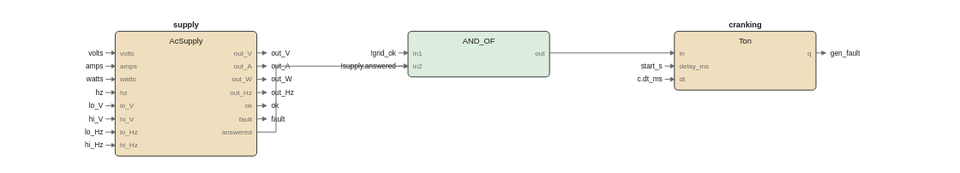
Before: images/logic/ac_local_watch_fbd.drawio.svg, a diagram exported from draw.io (pstch/botanik2). Source tidied: cells renumbered, new cells last; positions are measured from the earlier drawing's top-left corner, leaving out a move shared by most shapes.
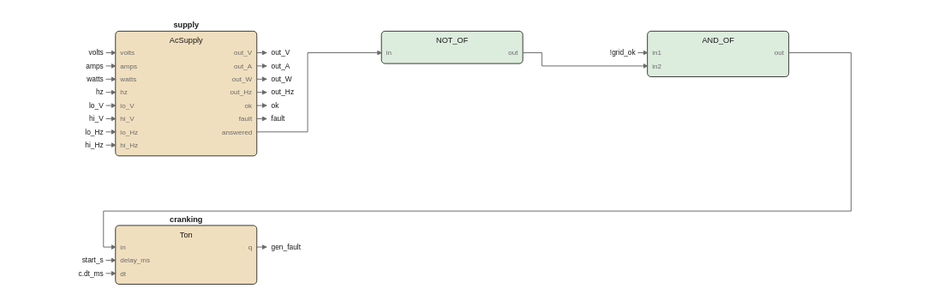
After the change.

Commit message:
ac_local_watch: the negation is a node, and wires stop cutting through labels

Change to the diagram source:
```diff
@@ -57,227 +57,246 @@
       <mxGeometry x="124" y="90.2" width="40" height="9.8" as="geometry" />
     </mxCell>
     <mxCell id="20" style="rounded=1;fillColor=#dcecdd;strokeColor=#1a1a1a;whiteSpace=wrap;html=1;fontSize=8;" parent="1" vertex="1">
-      <mxGeometry x="254" y="10" width="118" height="38" as="geometry" />
+      <mxGeometry x="232" y="10" width="118" height="27" as="geometry" />
     </mxCell>
-    <mxCell id="21" value="AND_OF" style="text;html=1;fontSize=6;fontColor=#1a1a1a;align=center;" parent="1" vertex="1">
-      <mxGeometry x="313" y="13.4" width="40" height="10.6" as="geometry" />
+    <mxCell id="21" value="NOT_OF" style="text;html=1;fontSize=6;fontColor=#1a1a1a;align=center;" parent="1" vertex="1">
+      <mxGeometry x="291" y="13.4" width="40" height="10.6" as="geometry" />
     </mxCell>
-    <mxCell id="22" value="in1" style="text;html=1;fontSize=5;fontColor=#6b6b6b;align=left;" parent="1" vertex="1">
-      <mxGeometry x="258" y="24.2" width="40" height="9.8" as="geometry" />
+    <mxCell id="22" value="in" style="text;html=1;fontSize=5;fontColor=#6b6b6b;align=left;" parent="1" vertex="1">
+      <mxGeometry x="236" y="24.2" width="40" height="9.8" as="geometry" />
     </mxCell>
-    <mxCell id="23" value="in2" style="text;html=1;fontSize=5;fontColor=#6b6b6b;align=left;" parent="1" vertex="1">
-      <mxGeometry x="258" y="35.2" width="40" height="9.8" as="geometry" />
+    <mxCell id="23" value="out" style="text;html=1;fontSize=5;fontColor=#6b6b6b;align=left;" parent="1" vertex="1">
+      <mxGeometry x="346" y="24.2" width="40" height="9.8" as="geometry" />
     </mxCell>
-    <mxCell id="24" value="out" style="text;html=1;fontSize=5;fontColor=#6b6b6b;align=left;" parent="1" vertex="1">
-      <mxGeometry x="368" y="24.2" width="40" height="9.8" as="geometry" />
+    <mxCell id="24" style="rounded=1;fillColor=#dcecdd;strokeColor=#1a1a1a;whiteSpace=wrap;html=1;fontSize=8;" parent="1" vertex="1">
+      <mxGeometry x="454" y="10" width="118" height="38" as="geometry" />
     </mxCell>
-    <mxCell id="25" style="rounded=1;fillColor=#f0dfbe;strokeColor=#1a1a1a;whiteSpace=wrap;html=1;fontSize=8;" parent="1" vertex="1">
-      <mxGeometry x="476" y="10" width="118" height="49" as="geometry" />
+    <mxCell id="25" value="AND_OF" style="text;html=1;fontSize=6;fontColor=#1a1a1a;align=center;" parent="1" vertex="1">
+      <mxGeometry x="513" y="13.4" width="40" height="10.6" as="geometry" />
     </mxCell>
-    <mxCell id="26" value="cranking" style="text;html=1;fontSize=6;fontColor=#1a1a1a;align=center;fontStyle=1;" parent="1" vertex="1">
-      <mxGeometry x="535" y="0.4" width="40" height="10.6" as="geometry" />
+    <mxCell id="26" value="in1" style="text;html=1;fontSize=5;fontColor=#6b6b6b;align=left;" parent="1" vertex="1">
+      <mxGeometry x="458" y="24.2" width="40" height="9.8" as="geometry" />
     </mxCell>
-    <mxCell id="27" value="Ton" style="text;html=1;fontSize=6;fontColor=#1a1a1a;align=center;" parent="1" vertex="1">
-      <mxGeometry x="535" y="13.4" width="40" height="10.6" as="geometry" />
+    <mxCell id="27" value="in2" style="text;html=1;fontSize=5;fontColor=#6b6b6b;align=left;" parent="1" vertex="1">
+      <mxGeometry x="458" y="35.2" width="40" height="9.8" as="geometry" />
     </mxCell>
-    <mxCell id="28" value="in" style="text;html=1;fontSize=5;fontColor=#6b6b6b;align=left;" parent="1" vertex="1">
-      <mxGeometry x="480" y="24.2" width="40" height="9.8" as="geometry" />
+    <mxCell id="28" value="out" style="text;html=1;fontSize=5;fontColor=#6b6b6b;align=left;" parent="1" vertex="1">
+      <mxGeometry x="568" y="24.2" width="40" height="9.8" as="geometry" />
     </mxCell>
-    <mxCell id="29" value="delay_ms" style="text;html=1;fontSize=5;fontColor=#6b6b6b;align=left;" parent="1" vertex="1">
-      <mxGeometry x="480" y="35.2" width="40" height="9.8" as="geometry" />
+    <mxCell id="29" style="rounded=1;fillColor=#f0dfbe;strokeColor=#1a1a1a;whiteSpace=wrap;html=1;fontSize=8;" parent="1" vertex="1">
+      <mxGeometry x="10" y="172" width="118" height="49" as="geometry" />
     </mxCell>
-    <mxCell id="30" value="dt" style="text;html=1;fontSize=5;fontColor=#6b6b6b;align=left;" parent="1" vertex="1">
-      <mxGeometry x="480" y="46.2" width="40" height="9.8" as="geometry" />
+    <mxCell id="30" value="cranking" style="text;html=1;fontSize=6;fontColor=#1a1a1a;align=center;fontStyle=1;" parent="1" vertex="1">
+      <mxGeometry x="69" y="162.4" width="40" height="10.6" as="geometry" />
     </mxCell>
-    <mxCell id="31" value="q" style="text;html=1;fontSize=5;fontColor=#6b6b6b;align=left;" parent="1" vertex="1">
-      <mxGeometry x="590" y="24.2" width="40" height="9.8" as="geometry" />
+    <mxCell id="31" value="Ton" style="text;html=1;fontSize=6;fontColor=#1a1a1a;align=center;" parent="1" vertex="1">
+      <mxGeometry x="69" y="175.4" width="40" height="10.6" as="geometry" />
     </mxCell>
-    <mxCell id="32" style="edgeStyle=none;html=1;strokeColor=#6b6b6b;endArrow=block;" parent="1" edge="1">
-      <mxGeometry relative="1" as="geometry">
-        <mxPoint x="128" y="28" as="sourcePoint" />
-        <mxPoint x="136" y="28" as="targetPoint" />
-      </mxGeometry>
-    </mxCell>
+    <mxCell id="72" value="in" style="text;html=1;fontSize=5;fontColor=#6b6b6b;align=left;" parent="1" vertex="1">
+      <mxGeometry x="14" y="186.2" width="40" height="9.8" as="geometry" />
+    </mxCell>
-    <mxCell id="33" value="out_V" style="text;html=1;fontSize=6;fontColor=#1a1a1a;align=left;" parent="1" vertex="1">
-      <mxGeometry x="140" y="24" width="40" height="10" as="geometry" />
+    <mxCell id="33" value="delay_ms" style="text;html=1;fontSize=5;fontColor=#6b6b6b;align=left;" parent="1" vertex="1">
+      <mxGeometry x="14" y="197.2" width="40" height="9.8" as="geometry" />
     </mxCell>
-    <mxCell id="34" style="edgeStyle=none;html=1;strokeColor=#6b6b6b;endArrow=block;" parent="1" edge="1">
-      <mxGeometry relative="1" as="geometry">
-        <mxPoint x="128" y="39" as="sourcePoint" />
-        <mxPoint x="136" y="39" as="targetPoint" />
-      </mxGeometry>
-    </mxCell>
+    <mxCell id="73" value="dt" style="text;html=1;fontSize=5;fontColor=#6b6b6b;align=left;" parent="1" vertex="1">
+      <mxGeometry x="14" y="208.2" width="40" height="9.8" as="geometry" />
+    </mxCell>
-    <mxCell id="35" value="out_A" style="text;html=1;fontSize=6;fontColor=#1a1a1a;align=left;" parent="1" vertex="1">
-      <mxGeometry x="140" y="35" width="40" height="10" as="geometry" />
+    <mxCell id="35" value="q" style="text;html=1;fontSize=5;fontColor=#6b6b6b;align=left;" parent="1" vertex="1">
+      <mxGeometry x="124" y="186.2" width="40" height="9.8" as="geometry" />
     </mxCell>
     <mxCell id="36" style="edgeStyle=none;html=1;strokeColor=#6b6b6b;endArrow=block;" parent="1" edge="1">
       <mxGeometry relative="1" as="geometry">
-        <mxPoint x="128" y="50" as="sourcePoint" />
-        <mxPoint x="136" y="50" as="targetPoint" />
+        <mxPoint x="128" y="28" as="sourcePoint" />
+        <mxPoint x="136" y="28" as="targetPoint" />
       </mxGeometry>
     </mxCell>
-    <mxCell id="37" value="out_W" style="text;html=1;fontSize=6;fontColor=#1a1a1a;align=left;" parent="1" vertex="1">
-      <mxGeometry x="140" y="46" width="40" height="10" as="geometry" />
+    <mxCell id="37" value="out_V" style="text;html=1;fontSize=6;fontColor=#1a1a1a;align=left;" parent="1" vertex="1">
+      <mxGeometry x="140" y="24" width="40" height="10" as="geometry" />
     </mxCell>
     <mxCell id="38" style="edgeStyle=none;html=1;strokeColor=#6b6b6b;endArrow=block;" parent="1" edge="1">
       <mxGeometry relative="1" as="geometry">
-        <mxPoint x="128" y="61" as="sourcePoint" />
-        <mxPoint x="136" y="61" as="targetPoint" />
+        <mxPoint x="128" y="39" as="sourcePoint" />
+        <mxPoint x="136" y="39" as="targetPoint" />
       </mxGeometry>
     </mxCell>
-    <mxCell id="39" value="out_Hz" style="text;html=1;fontSize=6;fontColor=#1a1a1a;align=left;" parent="1" vertex="1">
-      <mxGeometry x="140" y="57" width="40" height="10" as="geometry" />
+    <mxCell id="39" value="out_A" style="text;html=1;fontSize=6;fontColor=#1a1a1a;align=left;" parent="1" vertex="1">
+      <mxGeometry x="140" y="35" width="40" height="10" as="geometry" />
     </mxCell>
     <mxCell id="40" style="edgeStyle=none;html=1;strokeColor=#6b6b6b;endArrow=block;" parent="1" edge="1">
       <mxGeometry relative="1" as="geometry">
-        <mxPoint x="128" y="72" as="sourcePoint" />
-        <mxPoint x="136" y="72" as="targetPoint" />
+        <mxPoint x="128" y="50" as="sourcePoint" />
+        <mxPoint x="136" y="50" as="targetPoint" />
       </mxGeometry>
     </mxCell>
-    <mxCell id="41" value="ok" style="text;html=1;fontSize=6;fontColor=#1a1a1a;align=left;" parent="1" vertex="1">
-      <mxGeometry x="140" y="68" width="40" height="10" as="geometry" />
+    <mxCell id="41" value="out_W" style="text;html=1;fontSize=6;fontColor=#1a1a1a;align=left;" parent="1" vertex="1">
+      <mxGeometry x="140" y="46" width="40" height="10" as="geometry" />
     </mxCell>
     <mxCell id="42" style="edgeStyle=none;html=1;strokeColor=#6b6b6b;endArrow=block;" parent="1" edge="1">
       <mxGeometry relative="1" as="geometry">
-        <mxPoint x="128" y="83" as="sourcePoint" />
-        <mxPoint x="136" y="83" as="targetPoint" />
+        <mxPoint x="128" y="61" as="sourcePoint" />
+        <mxPoint x="136" y="61" as="targetPoint" />
       </mxGeometry>
     </mxCell>
-    <mxCell id="43" value="fault" style="text;html=1;fontSize=6;fontColor=#1a1a1a;align=left;" parent="1" vertex="1">
-      <mxGeometry x="140" y="79" width="40" height="10" as="geometry" />
+    <mxCell id="43" value="out_Hz" style="text;html=1;fontSize=6;fontColor=#1a1a1a;align=left;" parent="1" vertex="1">
+      <mxGeometry x="140" y="57" width="40" height="10" as="geometry" />
     </mxCell>
     <mxCell id="44" style="edgeStyle=none;html=1;strokeColor=#6b6b6b;endArrow=block;" parent="1" edge="1">
       <mxGeometry relative="1" as="geometry">
-        <mxPoint x="594" y="28" as="sourcePoint" />
-        <mxPoint x="602" y="28" as="targetPoint" />
+        <mxPoint x="128" y="72" as="sourcePoint" />
+        <mxPoint x="136" y="72" as="targetPoint" />
       </mxGeometry>
     </mxCell>
-    <mxCell id="45" value="gen_fault" style="text;html=1;fontSize=6;fontColor=#1a1a1a;align=left;" parent="1" vertex="1">
-      <mxGeometry x="606" y="24" width="45" height="10" as="geometry" />
+    <mxCell id="45" value="ok" style="text;html=1;fontSize=6;fontColor=#1a1a1a;align=left;" parent="1" vertex="1">
+      <mxGeometry x="140" y="68" width="40" height="10" as="geometry" />
     </mxCell>
     <mxCell id="46" style="edgeStyle=none;html=1;strokeColor=#6b6b6b;endArrow=block;" parent="1" edge="1">
       <mxGeometry relative="1" as="geometry">
-        <mxPoint x="128" y="94" as="sourcePoint" />
-        <mxPoint x="254" y="39" as="targetPoint" />
-        <Array as="points">
-          <mxPoint x="144" y="94" />
-          <mxPoint x="144" y="39" />
-        </Array>
+        <mxPoint x="128" y="83" as="sourcePoint" />
+        <mxPoint x="136" y="83" as="targetPoint" />
       </mxGeometry>
     </mxCell>
-    <mxCell id="47" style="edgeStyle=none;html=1;strokeColor=#6b6b6b;endArrow=block;" parent="1" edge="1">
-      <mxGeometry relative="1" as="geometry">
-        <mxPoint x="372" y="28" as="sourcePoint" />
-        <mxPoint x="476" y="28" as="targetPoint" />
-      </mxGeometry>
-    </mxCell>
+    <mxCell id="74" value="fault" style="text;html=1;fontSize=6;fontColor=#1a1a1a;align=left;" parent="1" vertex="1">
+      <mxGeometry x="140" y="79" width="40" height="10" as="geometry" />
+    </mxCell>
+    <mxCell id="75" style="edgeStyle=none;html=1;strokeColor=#6b6b6b;endArrow=block;" parent="1" edge="1">
+      <mxGeometry relative="1" as="geometry">
+        <mxPoint x="128" y="190" as="sourcePoint" />
+        <mxPoint x="136" y="190" as="targetPoint" />
+      </mxGeometry>
+    </mxCell>
+    <mxCell id="76" value="gen_fault" style="text;html=1;fontSize=6;fontColor=#1a1a1a;align=left;" parent="1" vertex="1">
+      <mxGeometry x="140" y="186" width="45" height="10" as="geometry" />
+    </mxCell>
+    <mxCell id="77" style="edgeStyle=none;html=1;strokeColor=#6b6b6b;endArrow=block;" parent="1" edge="1">
+      <mxGeometry relative="1" as="geometry">
+        <mxPoint x="128" y="94" as="sourcePoint" />
+        <mxPoint x="232" y="28" as="targetPoint" />
+        <Array as="points">
+          <mxPoint x="170.4" y="94" />
+          <mxPoint x="170.4" y="28" />
+        </Array>
+      </mxGeometry>
+    </mxCell>
+    <mxCell id="51" style="edgeStyle=none;html=1;strokeColor=#6b6b6b;endArrow=block;" parent="1" edge="1">
+      <mxGeometry relative="1" as="geometry">
+        <mxPoint x="350" y="28" as="sourcePoint" />
+        <mxPoint x="454" y="39" as="targetPoint" />
+        <Array as="points">
+          <mxPoint x="366" y="28" />
+          <mxPoint x="366" y="39" />
+        </Array>
+      </mxGeometry>
+    </mxCell>
+    <mxCell id="78" style="edgeStyle=none;html=1;strokeColor=#6b6b6b;endArrow=block;" parent="1" edge="1">
+      <mxGeometry relative="1" as="geometry">
+        <mxPoint x="572" y="28" as="sourcePoint" />
+        <mxPoint x="10" y="190" as="targetPoint" />
+        <Array as="points">
+          <mxPoint x="624" y="28" />
+          <mxPoint x="624" y="160" />
+          <mxPoint y="160" />
+          <mxPoint y="190" />
+        </Array>
+      </mxGeometry>
+    </mxCell>
     <mxCell id="48" value="volts" style="text;html=1;fontSize=6;fontColor=#1a1a1a;align=left;" parent="1" vertex="1">
       <mxGeometry y="24" width="40" height="10" as="geometry" />
     </mxCell>
-    <mxCell id="49" style="edgeStyle=none;html=1;strokeColor=#6b6b6b;endArrow=block;" parent="1" edge="1">
-      <mxGeometry relative="1" as="geometry">
-        <mxPoint x="2" y="28" as="sourcePoint" />
-        <mxPoint x="10" y="28" as="targetPoint" />
-      </mxGeometry>
-    </mxCell>
+    <mxCell id="79" style="edgeStyle=none;html=1;strokeColor=#6b6b6b;endArrow=block;" parent="1" edge="1">
+      <mxGeometry relative="1" as="geometry">
+        <mxPoint x="2" y="28" as="sourcePoint" />
+        <mxPoint x="10" y="28" as="targetPoint" />
+      </mxGeometry>
+    </mxCell>
     <mxCell id="50" value="amps" style="text;html=1;fontSize=6;fontColor=#1a1a1a;align=left;" parent="1" vertex="1">
       <mxGeometry y="35" width="40" height="10" as="geometry" />
     </mxCell>
-    <mxCell id="51" style="edgeStyle=none;html=1;strokeColor=#6b6b6b;endArrow=block;" parent="1" edge="1">
-      <mxGeometry relative="1" as="geometry">
-        <mxPoint x="2" y="39" as="sourcePoint" />
-        <mxPoint x="10" y="39" as="targetPoint" />
-      </mxGeometry>
-    </mxCell>
+    <mxCell id="80" style="edgeStyle=none;html=1;strokeColor=#6b6b6b;endArrow=block;" parent="1" edge="1">
+      <mxGeometry relative="1" as="geometry">
+        <mxPoint x="2" y="39" as="sourcePoint" />
+        <mxPoint x="10" y="39" as="targetPoint" />
+      </mxGeometry>
+    </mxCell>
     <mxCell id="52" value="watts" style="text;html=1;fontSize=6;fontColor=#1a1a1a;align=left;" parent="1" vertex="1">
       <mxGeometry y="46" width="40" height="10" as="geometry" />
     </mxCell>
-    <mxCell id="53" style="edgeStyle=none;html=1;strokeColor=#6b6b6b;endArrow=block;" parent="1" edge="1">
-      <mxGeometry relative="1" as="geometry">
-        <mxPoint x="2" y="50" as="sourcePoint" />
-        <mxPoint x="10" y="50" as="targetPoint" />
-      </mxGeometry>
-    </mxCell>
+    <mxCell id="81" style="edgeStyle=none;html=1;strokeColor=#6b6b6b;endArrow=block;" parent="1" edge="1">
+      <mxGeometry relative="1" as="geometry">
+        <mxPoint x="2" y="50" as="sourcePoint" />
+        <mxPoint x="10" y="50" as="targetPoint" />
+      </mxGeometry>
+    </mxCell>
     <mxCell id="54" value="hz" style="text;html=1;fontSize=6;fontColor=#1a1a1a;align=left;" parent="1" vertex="1">
       <mxGeometry y="57" width="40" height="10" as="geometry" />
     </mxCell>
-    <mxCell id="55" style="edgeStyle=none;html=1;strokeColor=#6b6b6b;endArrow=block;" parent="1" edge="1">
-      <mxGeometry relative="1" as="geometry">
-        <mxPoint x="2" y="61" as="sourcePoint" />
-        <mxPoint x="10" y="61" as="targetPoint" />
-      </mxGeometry>
-    </mxCell>
+    <mxCell id="82" style="edgeStyle=none;html=1;strokeColor=#6b6b6b;endArrow=block;" parent="1" edge="1">
+      <mxGeometry relative="1" as="geometry">
+        <mxPoint x="2" y="61" as="sourcePoint" />
+        <mxPoint x="10" y="61" as="targetPoint" />
+      </mxGeometry>
+    </mxCell>
     <mxCell id="56" value="lo_V" style="text;html=1;fontSize=6;fontColor=#1a1a1a;align=left;" parent="1" vertex="1">
       <mxGeometry y="68" width="40" height="10" as="geometry" />
     </mxCell>
-    <mxCell id="57" style="edgeStyle=none;html=1;strokeColor=#6b6b6b;endArrow=block;" parent="1" edge="1">
-      <mxGeometry relative="1" as="geometry">
-        <mxPoint x="2" y="72" as="sourcePoint" />
-        <mxPoint x="10" y="72" as="targetPoint" />
-      </mxGeometry>
-    </mxCell>
+    <mxCell id="83" style="edgeStyle=none;html=1;strokeColor=#6b6b6b;endArrow=block;" parent="1" edge="1">
+      <mxGeometry relative="1" as="geometry">
+        <mxPoint x="2" y="72" as="sourcePoint" />
+        <mxPoint x="10" y="72" as="targetPoint" />
+      </mxGeometry>
+    </mxCell>
     <mxCell id="58" value="hi_V" style="text;html=1;fontSize=6;fontColor=#1a1a1a;align=left;" parent="1" vertex="1">
       <mxGeometry y="79" width="40" height="10" as="geometry" />
     </mxCell>
-    <mxCell id="59" style="edgeStyle=none;html=1;strokeColor=#6b6b6b;endArrow=block;" parent="1" edge="1">
-      <mxGeometry relative="1" as="geometry">
-        <mxPoint x="2" y="83" as="sourcePoint" />
-        <mxPoint x="10" y="83" as="targetPoint" />
-      </mxGeometry>
-    </mxCell>
+    <mxCell id="84" style="edgeStyle=none;html=1;strokeColor=#6b6b6b;endArrow=block;" parent="1" edge="1">
+      <mxGeometry relative="1" as="geometry">
+        <mxPoint x="2" y="83" as="sourcePoint" />
+        <mxPoint x="10" y="83" as="targetPoint" />
+      </mxGeometry>
+    </mxCell>
     <mxCell id="60" value="lo_Hz" style="text;html=1;fontSize=6;fontColor=#1a1a1a;align=left;" parent="1" vertex="1">
       <mxGeometry y="90" width="40" height="10" as="geometry" />
     </mxCell>
-    <mxCell id="61" style="edgeStyle=none;html=1;strokeColor=#6b6b6b;endArrow=block;" parent="1" edge="1">
-      <mxGeometry relative="1" as="geometry">
-        <mxPoint x="2" y="94" as="sourcePoint" />
-        <mxPoint x="10" y="94" as="targetPoint" />
-      </mxGeometry>
-    </mxCell>
+    <mxCell id="85" style="edgeStyle=none;html=1;strokeColor=#6b6b6b;endArrow=block;" parent="1" edge="1">
+      <mxGeometry relative="1" as="geometry">
+        <mxPoint x="2" y="94" as="sourcePoint" />
+        <mxPoint x="10" y="94" as="targetPoint" />
+      </mxGeometry>
+    </mxCell>
     <mxCell id="62" value="hi_Hz" style="text;html=1;fontSize=6;fontColor=#1a1a1a;align=left;" parent="1" vertex="1">
       <mxGeometry y="101" width="40" height="10" as="geometry" />
     </mxCell>
-    <mxCell id="63" style="edgeStyle=none;html=1;strokeColor=#6b6b6b;endArrow=block;" parent="1" edge="1">
-      <mxGeometry relative="1" as="geometry">
-        <mxPoint x="2" y="105" as="sourcePoint" />
-        <mxPoint x="10" y="105" as="targetPoint" />
-      </mxGeometry>
-    </mxCell>
+    <mxCell id="86" style="edgeStyle=none;html=1;strokeColor=#6b6b6b;endArrow=block;" parent="1" edge="1">
+      <mxGeometry relative="1" as="geometry">
+        <mxPoint x="2" y="105" as="sourcePoint" />
+        <mxPoint x="10" y="105" as="targetPoint" />
+      </mxGeometry>
+    </mxCell>
     <mxCell id="64" value="!grid_ok" style="text;html=1;fontSize=6;fontColor=#1a1a1a;align=left;" parent="1" vertex="1">
-      <mxGeometry x="244" y="24" width="40" height="10" as="geometry" />
+      <mxGeometry x="444" y="24" width="40" height="10" as="geometry" />
     </mxCell>
-    <mxCell id="65" style="edgeStyle=none;html=1;strokeColor=#6b6b6b;endArrow=block;" parent="1" edge="1">
-      <mxGeometry relative="1" as="geometry">
-        <mxPoint x="246" y="28" as="sourcePoint" />
-        <mxPoint x="254" y="28" as="targetPoint" />
-      </mxGeometry>
-    </mxCell>
-    <mxCell id="66" value="!supply.answered" style="text;html=1;fontSize=6;fontColor=#1a1a1a;align=left;" parent="1" vertex="1">
-      <mxGeometry x="244" y="35" width="80" height="10" as="geometry" />
-    </mxCell>
-    <mxCell id="67" style="edgeStyle=none;html=1;strokeColor=#6b6b6b;endArrow=block;" parent="1" edge="1">
-      <mxGeometry relative="1" as="geometry">
-        <mxPoint x="246" y="39" as="sourcePoint" />
-        <mxPoint x="254" y="39" as="targetPoint" />
-      </mxGeometry>
-    </mxCell>
+    <mxCell id="87" style="edgeStyle=none;html=1;strokeColor=#6b6b6b;endArrow=block;" parent="1" edge="1">
+      <mxGeometry relative="1" as="geometry">
+        <mxPoint x="446" y="28" as="sourcePoint" />
+        <mxPoint x="454" y="28" as="targetPoint" />
+      </mxGeometry>
+    </mxCell>
     <mxCell id="68" value="start_s" style="text;html=1;fontSize=6;fontColor=#1a1a1a;align=left;" parent="1" vertex="1">
-      <mxGeometry x="466" y="35" width="40" height="10" as="geometry" />
+      <mxGeometry y="197" width="40" height="10" as="geometry" />
     </mxCell>
-    <mxCell id="69" style="edgeStyle=none;html=1;strokeColor=#6b6b6b;endArrow=block;" parent="1" edge="1">
-      <mxGeometry relative="1" as="geometry">
-        <mxPoint x="468" y="39" as="sourcePoint" />
-        <mxPoint x="476" y="39" as="targetPoint" />
-      </mxGeometry>
-    </mxCell>
+    <mxCell id="88" style="edgeStyle=none;html=1;strokeColor=#6b6b6b;endArrow=block;" parent="1" edge="1">
+      <mxGeometry relative="1" as="geometry">
+        <mxPoint x="2" y="201" as="sourcePoint" />
+        <mxPoint x="10" y="201" as="targetPoint" />
+      </mxGeometry>
+    </mxCell>
     <mxCell id="70" value="c.dt_ms" style="text;html=1;fontSize=6;fontColor=#1a1a1a;align=left;" parent="1" vertex="1">
-      <mxGeometry x="466" y="46" width="40" height="10" as="geometry" />
+      <mxGeometry y="208" width="40" height="10" as="geometry" />
     </mxCell>
-    <mxCell id="71" style="edgeStyle=none;html=1;strokeColor=#6b6b6b;endArrow=block;" parent="1" edge="1">
-      <mxGeometry relative="1" as="geometry">
-        <mxPoint x="468" y="50" as="sourcePoint" />
-        <mxPoint x="476" y="50" as="targetPoint" />
-      </mxGeometry>
-    </mxCell>
+    <mxCell id="89" style="edgeStyle=none;html=1;strokeColor=#6b6b6b;endArrow=block;" parent="1" edge="1">
+      <mxGeometry relative="1" as="geometry">
+        <mxPoint x="2" y="212" as="sourcePoint" />
+        <mxPoint x="10" y="212" as="targetPoint" />
+      </mxGeometry>
+    </mxCell>
   </root>
 </mxGraphModel>
```
